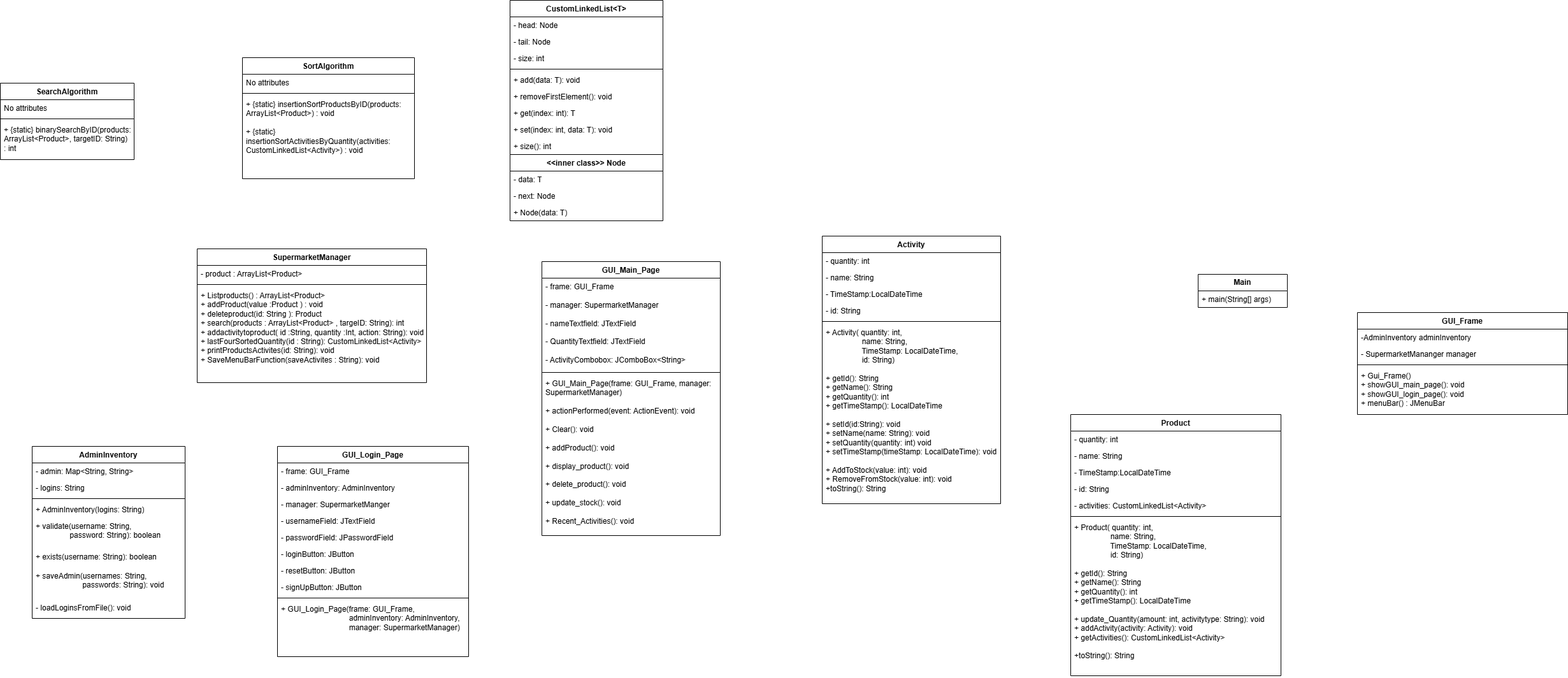
Above: SupermarketMangementSystemUMLdiagram.drawio.png in helgabear26/CS5003-Coursework1-Supermarket-Project (draw.io), before the change. Source tidied: cells renumbered, new cells last; positions are measured from the earlier drawing's top-left corner, leaving out a move shared by most shapes.
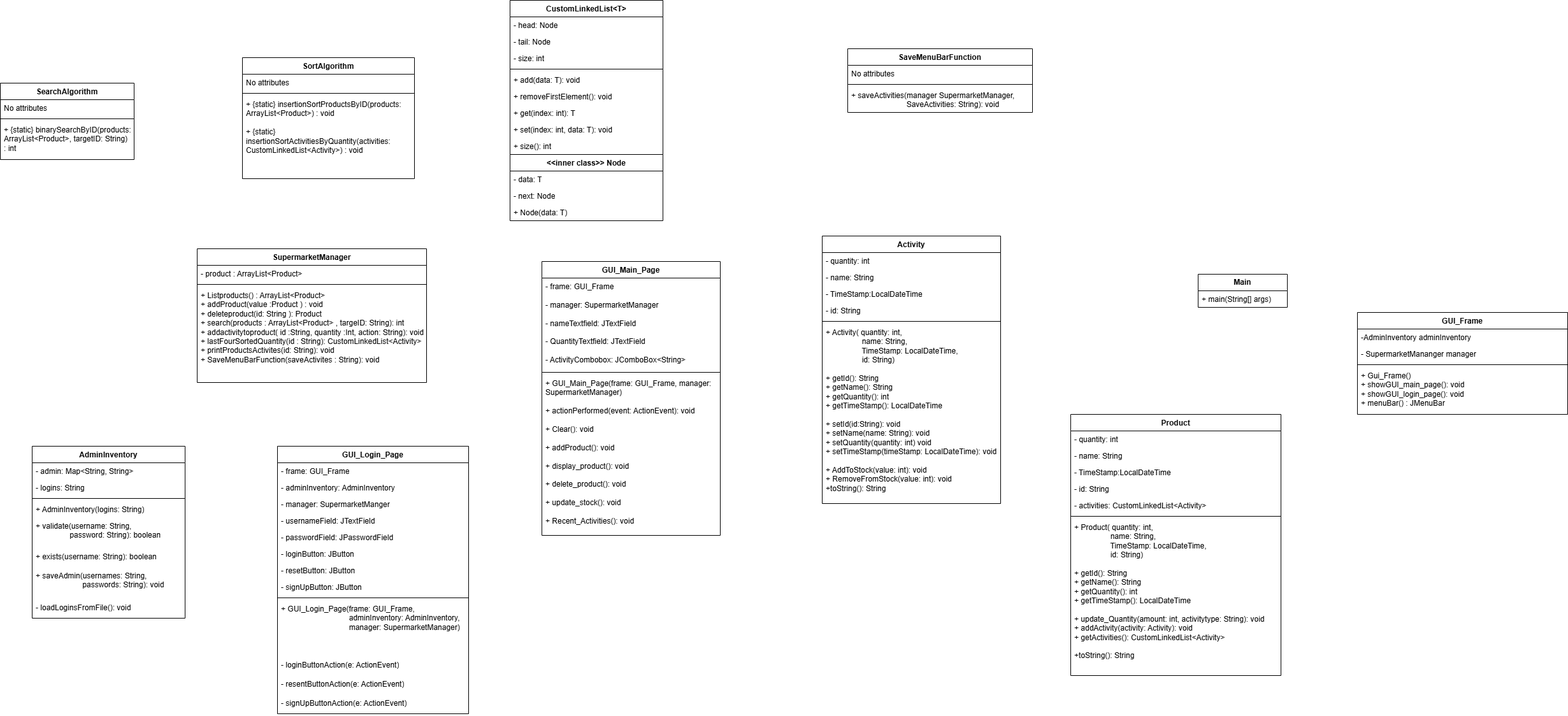
Above is the later version.

The edit, as a diff of the source:
```diff
@@ -129,7 +129,7 @@
       <mxGeometry y="240" width="240" height="30" as="geometry" />
     </mxCell>
     <mxCell id="44" value="GUI_Login_Page" style="swimlane;fontStyle=1;align=center;verticalAlign=top;horizontal=1;startSize=26;whiteSpace=wrap;html=1;" parent="1" vertex="1">
-      <mxGeometry x="435" y="700" width="300" height="330" as="geometry" />
+      <mxGeometry x="435" y="700" width="300" height="420" as="geometry" />
     </mxCell>
     <mxCell id="45" value="- frame: GUI_Frame" style="text;strokeColor=none;fillColor=none;align=left;verticalAlign=top;spacingLeft=4;spacingRight=4;overflow=hidden;whiteSpace=wrap;html=1;" parent="44" vertex="1">
       <mxGeometry y="26" width="300" height="26" as="geometry" />
@@ -161,6 +161,15 @@
     <mxCell id="54" value="+ GUI_Login_Page(frame: GUI_Frame,&lt;div&gt;&lt;span style=&quot;white-space: pre;&quot;&gt;&#9;&lt;/span&gt;&lt;span style=&quot;white-space: pre;&quot;&gt;&#9;&lt;/span&gt;&lt;span style=&quot;white-space: pre;&quot;&gt;&#9;&lt;/span&gt;&lt;span style=&quot;white-space: pre;&quot;&gt;&#9;&lt;/span&gt;adminInventory: AdminInventory,&amp;nbsp;&lt;/div&gt;&lt;div&gt;&lt;span style=&quot;white-space: pre;&quot;&gt;&#9;&lt;/span&gt;&lt;span style=&quot;white-space: pre;&quot;&gt;&#9;&lt;/span&gt;&lt;span style=&quot;white-space: pre;&quot;&gt;&#9;&lt;/span&gt;&lt;span style=&quot;white-space: pre;&quot;&gt;&#9;&lt;/span&gt;manager: SupermarketManager)&lt;/div&gt;" style="text;strokeColor=none;fillColor=none;align=left;verticalAlign=top;spacingLeft=4;spacingRight=4;overflow=hidden;whiteSpace=wrap;html=1;" parent="44" vertex="1">
       <mxGeometry y="242" width="300" height="88" as="geometry" />
     </mxCell>
+    <mxCell id="74" value="- loginButtonAction(e: ActionEvent)" style="text;strokeColor=none;fillColor=none;align=left;verticalAlign=top;spacingLeft=4;spacingRight=4;overflow=hidden;whiteSpace=wrap;html=1;" parent="44" vertex="1">
+      <mxGeometry y="330" width="300" height="30" as="geometry" />
+    </mxCell>
+    <mxCell id="75" value="- resentButtonAction(e: ActionEvent)" style="text;strokeColor=none;fillColor=none;align=left;verticalAlign=top;spacingLeft=4;spacingRight=4;overflow=hidden;whiteSpace=wrap;html=1;" parent="44" vertex="1">
+      <mxGeometry y="360" width="300" height="30" as="geometry" />
+    </mxCell>
+    <mxCell id="76" value="- signUpButtonAction(e: ActionEvent)" style="text;strokeColor=none;fillColor=none;align=left;verticalAlign=top;spacingLeft=4;spacingRight=4;overflow=hidden;whiteSpace=wrap;html=1;" parent="44" vertex="1">
+      <mxGeometry y="390" width="300" height="30" as="geometry" />
+    </mxCell>
     <mxCell id="55" value="GUI_Main_Page" style="swimlane;fontStyle=1;align=center;verticalAlign=top;horizontal=1;startSize=26;whiteSpace=wrap;html=1;" parent="1" vertex="1">
       <mxGeometry x="850" y="410" width="280" height="430" as="geometry" />
     </mxCell>
@@ -218,5 +227,17 @@
     <mxCell id="73" value="&lt;div&gt;+ Gui_Frame()&lt;/div&gt;&lt;div&gt;+ showGUI_main_page(): void&lt;/div&gt;&lt;div&gt;+ showGUI_login_page(): void&lt;/div&gt;&lt;div&gt;+ menuBar() : JMenuBar&lt;/div&gt;" style="text;strokeColor=none;fillColor=none;align=left;verticalAlign=top;spacingLeft=4;spacingRight=4;overflow=hidden;whiteSpace=wrap;html=1;" parent="69" vertex="1">
       <mxGeometry y="86" width="330" height="74" as="geometry" />
     </mxCell>
+    <mxCell id="77" value="SaveMenuBarFunction" style="swimlane;fontStyle=1;align=center;verticalAlign=top;horizontal=1;startSize=26;whiteSpace=wrap;html=1;" parent="1" vertex="1">
+      <mxGeometry x="1330" y="76" width="290" height="100" as="geometry" />
+    </mxCell>
+    <mxCell id="78" value="No attributes&amp;nbsp;" style="text;strokeColor=none;fillColor=none;align=left;verticalAlign=top;spacingLeft=4;spacingRight=4;overflow=hidden;whiteSpace=wrap;html=1;" parent="77" vertex="1">
+      <mxGeometry y="26" width="290" height="26" as="geometry" />
+    </mxCell>
+    <mxCell id="79" style="line;strokeWidth=1;fillColor=none;align=left;verticalAlign=middle;spacingTop=-1;spacingLeft=3;spacingRight=3;labelPosition=right;strokeColor=inherit;" parent="77" vertex="1">
+      <mxGeometry y="52" width="290" height="8" as="geometry" />
+    </mxCell>
+    <mxCell id="80" value="+ saveActivities(manager SupermarketManager,&lt;div&gt;&lt;span style=&quot;white-space: pre;&quot;&gt;&#9;&lt;/span&gt;&lt;span style=&quot;white-space: pre;&quot;&gt;&#9;&lt;/span&gt;&lt;span style=&quot;white-space: pre;&quot;&gt;&#9;&lt;/span&gt;&amp;nbsp; SaveActivities: String): void&lt;br&gt;&lt;/div&gt;" style="text;strokeColor=none;fillColor=none;align=left;verticalAlign=top;spacingLeft=4;spacingRight=4;overflow=hidden;whiteSpace=wrap;html=1;" parent="77" vertex="1">
+      <mxGeometry y="60" width="290" height="40" as="geometry" />
+    </mxCell>
   </root>
 </mxGraphModel>
```
